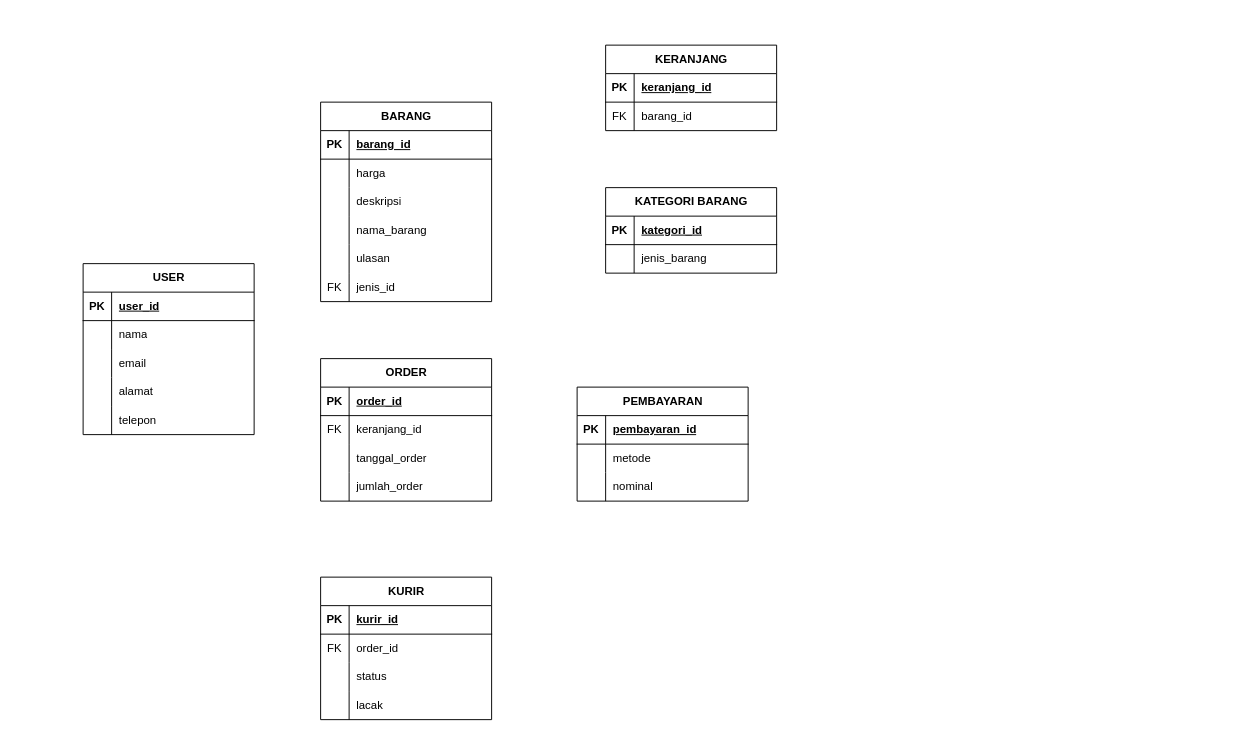
The draw.io diagram Tabel Relasi_BD S2.drawio in WisanggeniSuryo/USM, before the edit. Source tidied: cells renumbered, new cells numbered last; positions are measured from the earlier drawing's top-left corner, leaving out a move shared by most shapes. Both pictures are drawn from the tidied source at 95%, with x=0, y=0 at pixel (83, 45).
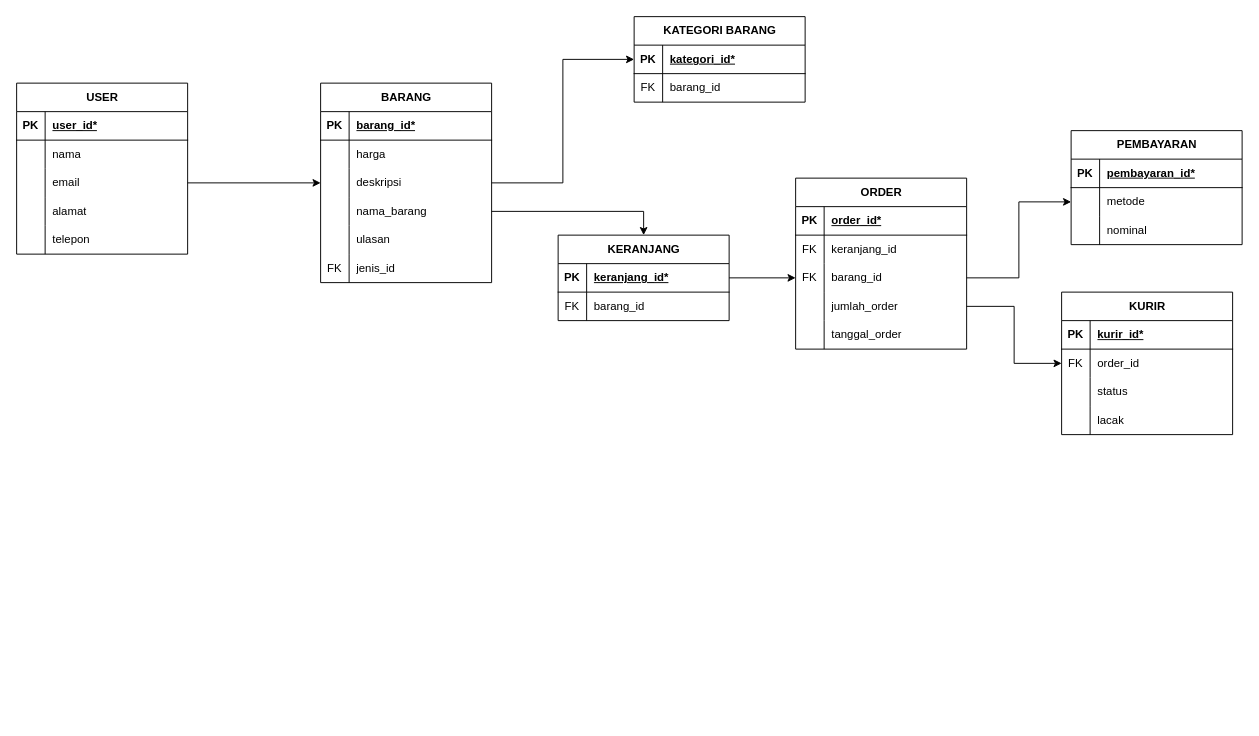
The same diagram, later.

Unchanged cells that the change refers to:
```xml
<mxCell id="3" style="shape=tableRow;horizontal=0;startSize=0;swimlaneHead=0;swimlaneBody=0;fillColor=none;top=0;left=0;right=0;bottom=1;" parent="2" vertex="1">
  <mxGeometry y="30" width="180" height="30" as="geometry" />
</mxCell>
<mxCell id="9" style="shape=tableRow;horizontal=0;startSize=0;swimlaneHead=0;swimlaneBody=0;fillColor=none;points=[[0,0.5],[1,0.5]];portConstraint=eastwest;top=0;left=0;right=0;bottom=0;" parent="2" vertex="1">
  <mxGeometry y="90" width="180" height="30" as="geometry" />
</mxCell>
<mxCell id="19" style="shape=tableRow;horizontal=0;startSize=0;swimlaneHead=0;swimlaneBody=0;fillColor=none;top=0;left=0;right=0;bottom=1;" parent="18" vertex="1">
  <mxGeometry y="30" width="180" height="30" as="geometry" />
</mxCell>
<mxCell id="25" style="shape=tableRow;horizontal=0;startSize=0;swimlaneHead=0;swimlaneBody=0;fillColor=none;points=[[0,0.5],[1,0.5]];portConstraint=eastwest;top=0;left=0;right=0;bottom=0;" parent="18" vertex="1">
  <mxGeometry y="90" width="180" height="30" as="geometry" />
</mxCell>
<mxCell id="28" style="shape=tableRow;horizontal=0;startSize=0;swimlaneHead=0;swimlaneBody=0;fillColor=none;points=[[0,0.5],[1,0.5]];portConstraint=eastwest;top=0;left=0;right=0;bottom=0;" parent="18" vertex="1">
  <mxGeometry y="120" width="180" height="30" as="geometry" />
</mxCell>
<mxCell id="38" style="shape=tableRow;horizontal=0;startSize=0;swimlaneHead=0;swimlaneBody=0;fillColor=none;points=[[0,0.5],[1,0.5]];portConstraint=eastwest;top=0;left=0;right=0;bottom=1;" parent="37" vertex="1">
  <mxGeometry y="30" width="180" height="30" as="geometry" />
</mxCell>
<mxCell id="45" style="shape=tableRow;horizontal=0;startSize=0;swimlaneHead=0;swimlaneBody=0;fillColor=none;points=[[0,0.5],[1,0.5]];portConstraint=eastwest;top=0;left=0;right=0;bottom=1;" parent="44" vertex="1">
  <mxGeometry y="30" width="180" height="30" as="geometry" />
</mxCell>
<mxCell id="48" style="shape=tableRow;horizontal=0;startSize=0;swimlaneHead=0;swimlaneBody=0;fillColor=none;top=0;left=0;right=0;bottom=0;" parent="44" vertex="1">
  <mxGeometry y="60" width="180" height="30" as="geometry" />
</mxCell>
<mxCell id="52" style="shape=tableRow;horizontal=0;startSize=0;swimlaneHead=0;swimlaneBody=0;fillColor=none;top=0;left=0;right=0;bottom=1;" parent="51" vertex="1">
  <mxGeometry y="30" width="180" height="30" as="geometry" />
</mxCell>
<mxCell id="58" style="shape=tableRow;horizontal=0;startSize=0;swimlaneHead=0;swimlaneBody=0;fillColor=none;points=[[0,0.5],[1,0.5]];portConstraint=eastwest;top=0;left=0;right=0;bottom=0;" parent="51" vertex="1">
  <mxGeometry y="90" width="180" height="30" as="geometry" />
</mxCell>
<mxCell id="61" style="shape=tableRow;horizontal=0;startSize=0;swimlaneHead=0;swimlaneBody=0;fillColor=none;points=[[0,0.5],[1,0.5]];portConstraint=eastwest;top=0;left=0;right=0;bottom=0;" parent="51" vertex="1">
  <mxGeometry y="120" width="180" height="30" as="geometry" />
</mxCell>
<mxCell id="65" style="shape=tableRow;horizontal=0;startSize=0;swimlaneHead=0;swimlaneBody=0;fillColor=none;top=0;left=0;right=0;bottom=1;" parent="64" vertex="1">
  <mxGeometry y="30" width="180" height="30" as="geometry" />
</mxCell>
<mxCell id="68" style="shape=tableRow;horizontal=0;startSize=0;swimlaneHead=0;swimlaneBody=0;fillColor=none;points=[[0,0.5],[1,0.5]];portConstraint=eastwest;top=0;left=0;right=0;bottom=0;" parent="64" vertex="1">
  <mxGeometry y="60" width="180" height="30" as="geometry" />
</mxCell>
<mxCell id="78" style="shape=tableRow;horizontal=0;startSize=0;swimlaneHead=0;swimlaneBody=0;fillColor=none;top=0;left=0;right=0;bottom=1;" parent="77" vertex="1">
  <mxGeometry y="30" width="180" height="30" as="geometry" />
</mxCell>
<mxCell id="81" style="shape=tableRow;horizontal=0;startSize=0;swimlaneHead=0;swimlaneBody=0;fillColor=none;points=[[0,0.5],[1,0.5]];portConstraint=eastwest;top=0;left=0;right=0;bottom=0;" parent="77" vertex="1">
  <mxGeometry y="60" width="180" height="30" as="geometry" />
</mxCell>
```

Diff of the diagram source:
```diff
@@
     <mxCell id="2" value="USER" style="shape=table;startSize=30;childLayout=tableLayout;rowLines=0;fontStyle=1;align=center;html=1;" parent="1" vertex="1">
-      <mxGeometry y="230" width="180" height="180" as="geometry" />
+      <mxGeometry x="-70" y="40" width="180" height="180" as="geometry" />
     </mxCell>
@@
-    <mxCell id="5" value="user_id" style="shape=partialRectangle;fillColor=none;top=0;left=0;bottom=0;right=0;align=left;spacingLeft=6;fontStyle=5;overflow=hidden;whiteSpace=wrap;html=1;" parent="3" vertex="1">
+    <mxCell id="5" value="user_id*" style="shape=partialRectangle;fillColor=none;top=0;left=0;bottom=0;right=0;align=left;spacingLeft=6;fontStyle=5;overflow=hidden;whiteSpace=wrap;html=1;" parent="3" vertex="1">
       <mxGeometry x="30" width="150" height="30" as="geometry" />
     </mxCell>
@@
     <mxCell id="18" value="BARANG" style="shape=table;startSize=30;childLayout=tableLayout;rowLines=0;fontStyle=1;align=center;html=1;" parent="1" vertex="1">
-      <mxGeometry x="250" y="60" width="180" height="210" as="geometry" />
+      <mxGeometry x="250" y="40" width="180" height="210" as="geometry" />
     </mxCell>
@@
-    <mxCell id="21" value="barang_id" style="shape=partialRectangle;fillColor=none;top=0;left=0;bottom=0;right=0;align=left;spacingLeft=6;fontStyle=5;overflow=hidden;whiteSpace=wrap;html=1;" parent="19" vertex="1">
+    <mxCell id="21" value="barang_id*" style="shape=partialRectangle;fillColor=none;top=0;left=0;bottom=0;right=0;align=left;spacingLeft=6;fontStyle=5;overflow=hidden;whiteSpace=wrap;html=1;" parent="19" vertex="1">
       <mxGeometry x="30" width="150" height="30" as="geometry" />
     </mxCell>
@@
     <mxCell id="37" value="KERANJANG" style="shape=table;startSize=30;childLayout=tableLayout;rowLines=0;fontStyle=1;align=center;html=1;" parent="1" vertex="1">
-      <mxGeometry x="550" width="180" height="90" as="geometry" />
+      <mxGeometry x="500" y="200" width="180" height="90" as="geometry" />
     </mxCell>
@@
-    <mxCell id="40" value="keranjang_id" style="shape=partialRectangle;fillColor=none;top=0;left=0;bottom=0;right=0;align=left;spacingLeft=6;fontStyle=5;overflow=hidden;whiteSpace=wrap;html=1;" parent="38" vertex="1">
+    <mxCell id="40" value="keranjang_id*" style="shape=partialRectangle;fillColor=none;top=0;left=0;bottom=0;right=0;align=left;spacingLeft=6;fontStyle=5;overflow=hidden;whiteSpace=wrap;html=1;" parent="38" vertex="1">
       <mxGeometry x="30" width="150" height="30" as="geometry" />
     </mxCell>
@@
     <mxCell id="44" value="KATEGORI BARANG" style="shape=table;startSize=30;childLayout=tableLayout;rowLines=0;fontStyle=1;align=center;html=1;" parent="1" vertex="1">
-      <mxGeometry x="550" y="150" width="180" height="90" as="geometry" />
+      <mxGeometry x="580" y="-30" width="180" height="90" as="geometry" />
     </mxCell>
@@
-    <mxCell id="47" value="kategori_id" style="shape=partialRectangle;fillColor=none;top=0;left=0;bottom=0;right=0;align=left;spacingLeft=6;fontStyle=5;overflow=hidden;whiteSpace=wrap;html=1;" parent="45" vertex="1">
+    <mxCell id="47" value="kategori_id*" style="shape=partialRectangle;fillColor=none;top=0;left=0;bottom=0;right=0;align=left;spacingLeft=6;fontStyle=5;overflow=hidden;whiteSpace=wrap;html=1;" parent="45" vertex="1">
       <mxGeometry x="30" width="150" height="30" as="geometry" />
     </mxCell>
@@
-    <mxCell id="49" style="shape=partialRectangle;fillColor=none;top=0;left=0;bottom=0;right=0;overflow=hidden;whiteSpace=wrap;html=1;" parent="48" vertex="1">
+    <mxCell id="49" value="FK" style="shape=partialRectangle;fillColor=none;top=0;left=0;bottom=0;right=0;overflow=hidden;whiteSpace=wrap;html=1;" parent="48" vertex="1">
       <mxGeometry width="30" height="30" as="geometry" />
     </mxCell>
-    <mxCell id="50" value="jenis_barang" style="shape=partialRectangle;fillColor=none;top=0;left=0;bottom=0;right=0;align=left;spacingLeft=6;overflow=hidden;whiteSpace=wrap;html=1;" parent="48" vertex="1">
+    <mxCell id="50" value="barang_id" style="shape=partialRectangle;fillColor=none;top=0;left=0;bottom=0;right=0;align=left;spacingLeft=6;overflow=hidden;whiteSpace=wrap;html=1;" parent="48" vertex="1">
       <mxGeometry x="30" width="150" height="30" as="geometry" />
     </mxCell>
     <mxCell id="51" value="ORDER" style="shape=table;startSize=30;childLayout=tableLayout;rowLines=0;fontStyle=1;align=center;html=1;" parent="1" vertex="1">
-      <mxGeometry x="250" y="330" width="180" height="150" as="geometry" />
+      <mxGeometry x="750" y="140" width="180" height="180" as="geometry" />
     </mxCell>
@@
-    <mxCell id="54" value="order_id" style="shape=partialRectangle;fillColor=none;top=0;left=0;bottom=0;right=0;align=left;spacingLeft=6;fontStyle=5;overflow=hidden;whiteSpace=wrap;html=1;" parent="52" vertex="1">
+    <mxCell id="54" value="order_id*" style="shape=partialRectangle;fillColor=none;top=0;left=0;bottom=0;right=0;align=left;spacingLeft=6;fontStyle=5;overflow=hidden;whiteSpace=wrap;html=1;" parent="52" vertex="1">
       <mxGeometry x="30" width="150" height="30" as="geometry" />
     </mxCell>
@@
-    <mxCell id="59" style="shape=partialRectangle;fillColor=none;top=0;left=0;bottom=0;right=0;overflow=hidden;whiteSpace=wrap;html=1;" parent="58" vertex="1">
+    <mxCell id="59" value="FK" style="shape=partialRectangle;fillColor=none;top=0;left=0;bottom=0;right=0;overflow=hidden;whiteSpace=wrap;html=1;" parent="58" vertex="1">
       <mxGeometry width="30" height="30" as="geometry" />
     </mxCell>
-    <mxCell id="60" value="tanggal_order" style="shape=partialRectangle;fillColor=none;top=0;left=0;bottom=0;right=0;align=left;spacingLeft=6;overflow=hidden;whiteSpace=wrap;html=1;" parent="58" vertex="1">
+    <mxCell id="60" value="barang_id" style="shape=partialRectangle;fillColor=none;top=0;left=0;bottom=0;right=0;align=left;spacingLeft=6;overflow=hidden;whiteSpace=wrap;html=1;" parent="58" vertex="1">
       <mxGeometry x="30" width="150" height="30" as="geometry" />
     </mxCell>
@@
+    <mxCell id="87" style="shape=tableRow;horizontal=0;startSize=0;swimlaneHead=0;swimlaneBody=0;fillColor=none;top=0;left=0;right=0;bottom=0;" parent="51" vertex="1">
+      <mxGeometry y="150" width="180" height="30" as="geometry" />
+    </mxCell>
+    <mxCell id="88" style="shape=partialRectangle;fillColor=none;top=0;left=0;bottom=0;right=0;overflow=hidden;whiteSpace=wrap;html=1;" parent="87" vertex="1">
+      <mxGeometry width="30" height="30" as="geometry" />
+    </mxCell>
+    <mxCell id="89" value="tanggal_order" style="shape=partialRectangle;fillColor=none;top=0;left=0;bottom=0;right=0;align=left;spacingLeft=6;overflow=hidden;whiteSpace=wrap;html=1;" parent="87" vertex="1">
+      <mxGeometry x="30" width="150" height="30" as="geometry" />
+    </mxCell>
     <mxCell id="64" value="KURIR" style="shape=table;startSize=30;childLayout=tableLayout;rowLines=0;fontStyle=1;align=center;html=1;" parent="1" vertex="1">
-      <mxGeometry x="250" y="560" width="180" height="150" as="geometry" />
+      <mxGeometry x="1030" y="260" width="180" height="150" as="geometry" />
     </mxCell>
@@
-    <mxCell id="67" value="kurir_id" style="shape=partialRectangle;fillColor=none;top=0;left=0;bottom=0;right=0;align=left;spacingLeft=6;fontStyle=5;overflow=hidden;whiteSpace=wrap;html=1;" parent="65" vertex="1">
+    <mxCell id="67" value="kurir_id*" style="shape=partialRectangle;fillColor=none;top=0;left=0;bottom=0;right=0;align=left;spacingLeft=6;fontStyle=5;overflow=hidden;whiteSpace=wrap;html=1;" parent="65" vertex="1">
       <mxGeometry x="30" width="150" height="30" as="geometry" />
     </mxCell>
@@
     <mxCell id="77" value="PEMBAYARAN" style="shape=table;startSize=30;childLayout=tableLayout;rowLines=0;fontStyle=1;align=center;html=1;" parent="1" vertex="1">
-      <mxGeometry x="520" y="360" width="180" height="120" as="geometry" />
+      <mxGeometry x="1040" y="90" width="180" height="120" as="geometry" />
     </mxCell>
@@
-    <mxCell id="80" value="pembayaran_id" style="shape=partialRectangle;fillColor=none;top=0;left=0;bottom=0;right=0;align=left;spacingLeft=6;fontStyle=5;overflow=hidden;whiteSpace=wrap;html=1;" parent="78" vertex="1">
+    <mxCell id="80" value="pembayaran_id*" style="shape=partialRectangle;fillColor=none;top=0;left=0;bottom=0;right=0;align=left;spacingLeft=6;fontStyle=5;overflow=hidden;whiteSpace=wrap;html=1;" parent="78" vertex="1">
       <mxGeometry x="30" width="150" height="30" as="geometry" />
     </mxCell>
@@
+    <mxCell id="90" style="edgeStyle=orthogonalEdgeStyle;rounded=0;jettySize=auto;html=1;exitX=1;exitY=0.5;exitDx=0;exitDy=0;entryX=0;entryY=0.5;entryDx=0;entryDy=0;" parent="1" edge="1" source="9" target="25">
+      <mxGeometry relative="1" as="geometry" />
+    </mxCell>
+    <mxCell id="91" style="edgeStyle=orthogonalEdgeStyle;rounded=0;jettySize=auto;html=1;exitX=1;exitY=0.5;exitDx=0;exitDy=0;entryX=0;entryY=0.5;entryDx=0;entryDy=0;" parent="1" edge="1" source="25" target="45">
+      <mxGeometry relative="1" as="geometry" />
+    </mxCell>
+    <mxCell id="92" style="edgeStyle=orthogonalEdgeStyle;rounded=0;jettySize=auto;html=1;exitX=1;exitY=0.5;exitDx=0;exitDy=0;entryX=0.5;entryY=0;entryDx=0;entryDy=0;" parent="1" edge="1" source="28" target="37">
+      <mxGeometry relative="1" as="geometry" />
+    </mxCell>
+    <mxCell id="93" style="edgeStyle=orthogonalEdgeStyle;rounded=0;jettySize=auto;html=1;exitX=1;exitY=0.5;exitDx=0;exitDy=0;entryX=0;entryY=0.5;entryDx=0;entryDy=0;" parent="1" edge="1" source="38" target="58">
+      <mxGeometry relative="1" as="geometry" />
+    </mxCell>
+    <mxCell id="94" style="edgeStyle=orthogonalEdgeStyle;rounded=0;jettySize=auto;html=1;exitX=1;exitY=0.5;exitDx=0;exitDy=0;entryX=0;entryY=0.5;entryDx=0;entryDy=0;" parent="1" edge="1" source="58" target="81">
+      <mxGeometry relative="1" as="geometry" />
+    </mxCell>
+    <mxCell id="95" style="edgeStyle=orthogonalEdgeStyle;rounded=0;jettySize=auto;html=1;exitX=1;exitY=0.5;exitDx=0;exitDy=0;entryX=0;entryY=0.5;entryDx=0;entryDy=0;" parent="1" edge="1" source="61" target="68">
+      <mxGeometry relative="1" as="geometry" />
+    </mxCell>
```
